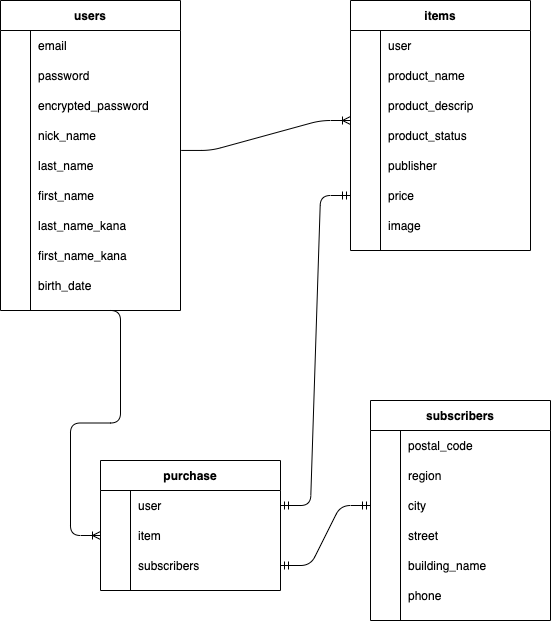
Earlier version of the draw.io export ER.png (komadorihouse/furima-35680). Source tidied: cells renumbered, new cells last; positions are measured from the earlier drawing's top-left corner, leaving out a move shared by most shapes.
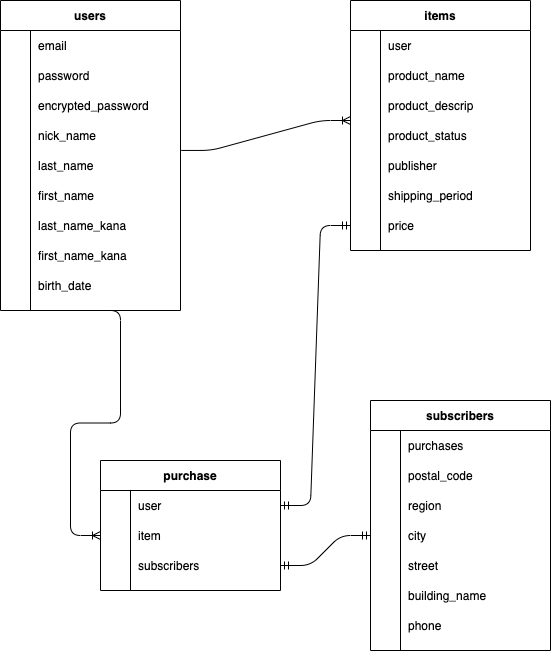
After the commit.

The edit, as a diff of the source:
```diff
@@ -134,8 +134,17 @@
     <mxCell id="45" value="publisher" style="shape=partialRectangle;fillColor=none;top=0;left=0;bottom=0;right=0;align=left;spacingLeft=6;overflow=hidden;" parent="43" vertex="1">
       <mxGeometry x="30" width="150" height="30" as="geometry" />
     </mxCell>
+    <mxCell id="49" style="shape=partialRectangle;fillColor=none;top=0;left=0;bottom=0;right=0;" parent="30" vertex="1">
+      <mxGeometry y="180" width="180" height="30" as="geometry" />
+    </mxCell>
+    <mxCell id="50" style="shape=partialRectangle;fillColor=none;top=0;left=0;bottom=0;right=0;overflow=hidden;" parent="49" vertex="1">
+      <mxGeometry width="30" height="30" as="geometry" />
+    </mxCell>
+    <mxCell id="51" value="shipping_period" style="shape=partialRectangle;fillColor=none;top=0;left=0;bottom=0;right=0;align=left;spacingLeft=6;overflow=hidden;" parent="49" vertex="1">
+      <mxGeometry x="30" width="150" height="30" as="geometry" />
+    </mxCell>
     <mxCell id="46" style="shape=partialRectangle;fillColor=none;top=0;left=0;bottom=0;right=0;points=[[0,0.5],[1,0.5]];portConstraint=eastwest;" parent="30" vertex="1">
-      <mxGeometry y="180" width="180" height="30" as="geometry" />
+      <mxGeometry y="210" width="180" height="30" as="geometry" />
     </mxCell>
     <mxCell id="47" style="shape=partialRectangle;fillColor=none;top=0;left=0;bottom=0;right=0;overflow=hidden;" parent="46" vertex="1">
       <mxGeometry width="30" height="30" as="geometry" />
@@ -143,20 +152,20 @@
     <mxCell id="48" value="price" style="shape=partialRectangle;fillColor=none;top=0;left=0;bottom=0;right=0;align=left;spacingLeft=6;overflow=hidden;" parent="46" vertex="1">
       <mxGeometry x="30" width="150" height="30" as="geometry" />
     </mxCell>
-    <mxCell id="49" style="shape=partialRectangle;fillColor=none;top=0;left=0;bottom=0;right=0;" parent="30" vertex="1">
-      <mxGeometry y="210" width="180" height="30" as="geometry" />
-    </mxCell>
-    <mxCell id="50" style="shape=partialRectangle;fillColor=none;top=0;left=0;bottom=0;right=0;overflow=hidden;" parent="49" vertex="1">
-      <mxGeometry width="30" height="30" as="geometry" />
-    </mxCell>
-    <mxCell id="51" value="image" style="shape=partialRectangle;fillColor=none;top=0;left=0;bottom=0;right=0;align=left;spacingLeft=6;overflow=hidden;" parent="49" vertex="1">
-      <mxGeometry x="30" width="150" height="30" as="geometry" />
-    </mxCell>
     <mxCell id="52" value="subscribers" style="shape=table;startSize=30;rowLines=0;fontStyle=1;align=center;" parent="1" vertex="1">
-      <mxGeometry x="370" y="400" width="180" height="220" as="geometry" />
+      <mxGeometry x="370" y="400" width="180" height="250" as="geometry" />
     </mxCell>
+    <mxCell id="85" style="shape=partialRectangle;fillColor=none;top=0;left=0;bottom=0;right=0;" parent="52" vertex="1">
+      <mxGeometry y="30" width="180" height="30" as="geometry" />
+    </mxCell>
+    <mxCell id="86" style="shape=partialRectangle;fillColor=none;top=0;left=0;bottom=0;right=0;overflow=hidden;" parent="85" vertex="1">
+      <mxGeometry width="30" height="30" as="geometry" />
+    </mxCell>
+    <mxCell id="87" value="purchases" style="shape=partialRectangle;fillColor=none;top=0;left=0;bottom=0;right=0;align=left;spacingLeft=6;overflow=hidden;" parent="85" vertex="1">
+      <mxGeometry x="30" width="150" height="30" as="geometry" />
+    </mxCell>
     <mxCell id="53" style="shape=partialRectangle;fillColor=none;top=0;left=0;bottom=0;right=0;" parent="52" vertex="1">
-      <mxGeometry y="30" width="180" height="30" as="geometry" />
+      <mxGeometry y="60" width="180" height="30" as="geometry" />
     </mxCell>
     <mxCell id="54" style="shape=partialRectangle;fillColor=none;top=0;left=0;bottom=0;right=0;overflow=hidden;" parent="53" vertex="1">
       <mxGeometry width="30" height="30" as="geometry" />
@@ -165,7 +174,7 @@
       <mxGeometry x="30" width="150" height="30" as="geometry" />
     </mxCell>
     <mxCell id="56" style="shape=partialRectangle;fillColor=none;top=0;left=0;bottom=0;right=0;" parent="52" vertex="1">
-      <mxGeometry y="60" width="180" height="30" as="geometry" />
+      <mxGeometry y="90" width="180" height="30" as="geometry" />
     </mxCell>
     <mxCell id="57" style="shape=partialRectangle;fillColor=none;top=0;left=0;bottom=0;right=0;overflow=hidden;" parent="56" vertex="1">
       <mxGeometry width="30" height="30" as="geometry" />
@@ -174,7 +183,7 @@
       <mxGeometry x="30" width="150" height="30" as="geometry" />
     </mxCell>
     <mxCell id="59" style="shape=partialRectangle;fillColor=none;top=0;left=0;bottom=0;right=0;points=[[0,0.5],[1,0.5]];portConstraint=eastwest;" parent="52" vertex="1">
-      <mxGeometry y="90" width="180" height="30" as="geometry" />
+      <mxGeometry y="120" width="180" height="30" as="geometry" />
     </mxCell>
     <mxCell id="60" style="shape=partialRectangle;fillColor=none;top=0;left=0;bottom=0;right=0;overflow=hidden;" parent="59" vertex="1">
       <mxGeometry width="30" height="30" as="geometry" />
@@ -183,7 +192,7 @@
       <mxGeometry x="30" width="150" height="30" as="geometry" />
     </mxCell>
     <mxCell id="62" style="shape=partialRectangle;fillColor=none;top=0;left=0;bottom=0;right=0;" parent="52" vertex="1">
-      <mxGeometry y="120" width="180" height="30" as="geometry" />
+      <mxGeometry y="150" width="180" height="30" as="geometry" />
     </mxCell>
     <mxCell id="63" style="shape=partialRectangle;fillColor=none;top=0;left=0;bottom=0;right=0;overflow=hidden;" parent="62" vertex="1">
       <mxGeometry width="30" height="30" as="geometry" />
@@ -192,7 +201,7 @@
       <mxGeometry x="30" width="150" height="30" as="geometry" />
     </mxCell>
     <mxCell id="65" style="shape=partialRectangle;fillColor=none;top=0;left=0;bottom=0;right=0;" parent="52" vertex="1">
-      <mxGeometry y="150" width="180" height="30" as="geometry" />
+      <mxGeometry y="180" width="180" height="30" as="geometry" />
     </mxCell>
     <mxCell id="66" style="shape=partialRectangle;fillColor=none;top=0;left=0;bottom=0;right=0;overflow=hidden;" parent="65" vertex="1">
       <mxGeometry width="30" height="30" as="geometry" />
@@ -201,7 +210,7 @@
       <mxGeometry x="30" width="150" height="30" as="geometry" />
     </mxCell>
     <mxCell id="68" style="shape=partialRectangle;fillColor=none;top=0;left=0;bottom=0;right=0;" parent="52" vertex="1">
-      <mxGeometry y="180" width="180" height="30" as="geometry" />
+      <mxGeometry y="210" width="180" height="30" as="geometry" />
     </mxCell>
     <mxCell id="69" style="shape=partialRectangle;fillColor=none;top=0;left=0;bottom=0;right=0;overflow=hidden;" parent="68" vertex="1">
       <mxGeometry width="30" height="30" as="geometry" />
```
